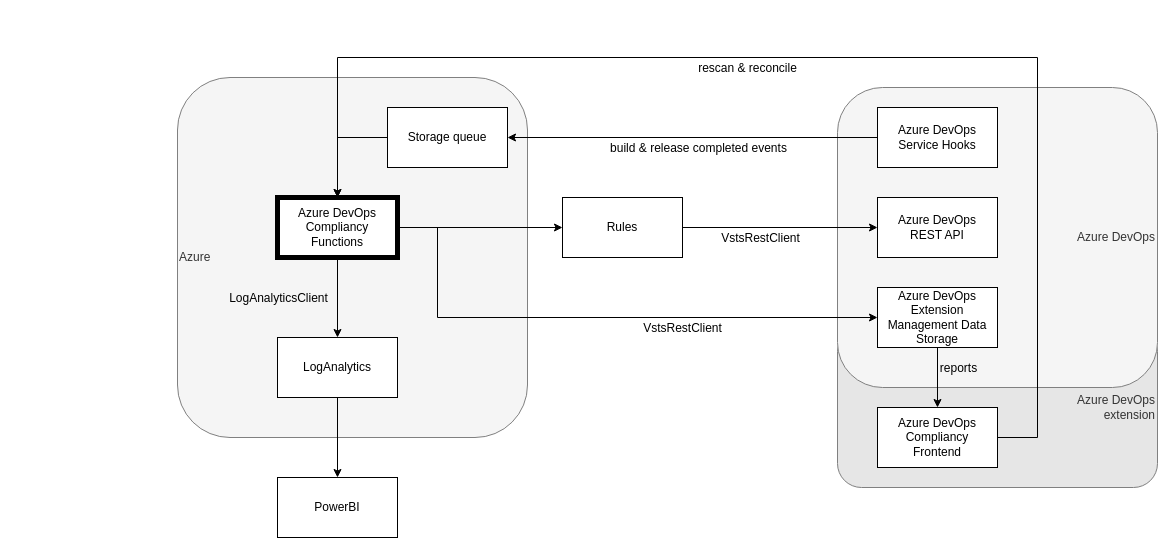
Rabobank-Archive/azure-functions keeps this draw.io diagram as page "compliancy" (1 of 3) of docs/arch.drawio. Above is the earlier version. Source tidied: cells renumbered, new cells numbered last; positions are measured from the earlier drawing's top-left corner, leaving out a move shared by most shapes. Both pictures are drawn from the tidied source at 100%, with x=0, y=0 at pixel (177, 57).
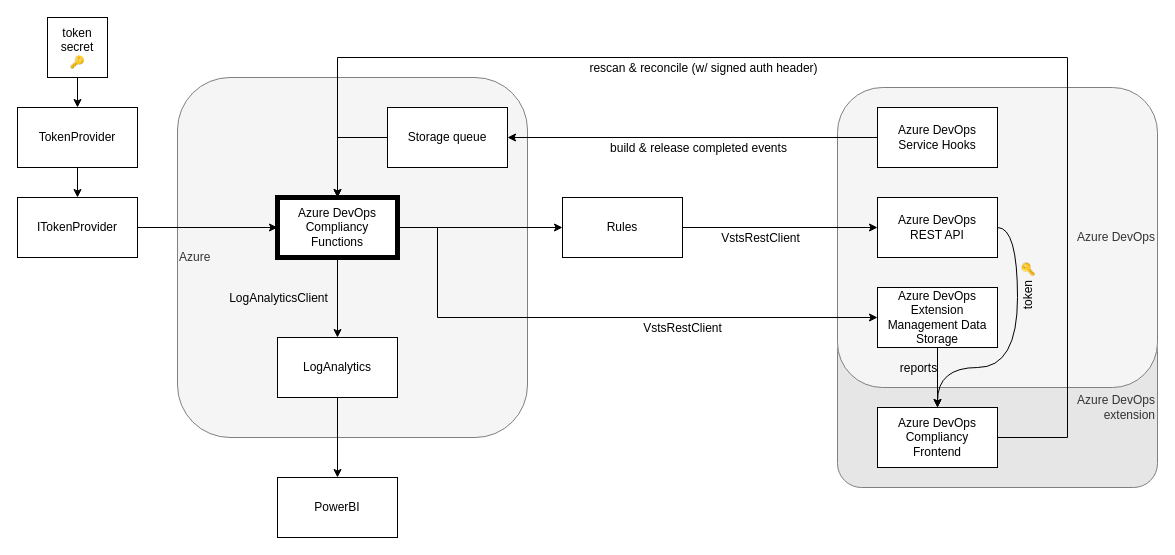
After the change.

Commit message (it also covers changes not shown here):
feat(readme): included token secret, hooks functions and completeness function

Unchanged cells that the change refers to:
```xml
<mxCell id="10" value="Azure DevOps&lt;br&gt;Compliancy Functions" style="rounded=0;whiteSpace=wrap;html=1;strokeWidth=5;" parent="1" vertex="1">
  <mxGeometry x="100" y="140" width="120" height="60" as="geometry" />
</mxCell>
<mxCell id="18" value="Azure DevOps&lt;br&gt;REST API" style="rounded=0;whiteSpace=wrap;html=1;" parent="1" vertex="1">
  <mxGeometry x="700" y="140" width="120" height="60" as="geometry" />
</mxCell>
<mxCell id="19" style="edgeStyle=orthogonalEdgeStyle;rounded=0;jettySize=auto;html=1;entryX=0.5;entryY=1;entryDx=0;entryDy=0;startArrow=classic;startFill=1;endArrow=none;endFill=0;" parent="1" edge="1" source="23" target="14">
  <mxGeometry relative="1" as="geometry" />
</mxCell>
<mxCell id="23" value="Azure DevOps&lt;br&gt;Compliancy&lt;br&gt;Frontend" style="rounded=0;whiteSpace=wrap;html=1;" parent="1" vertex="1">
  <mxGeometry x="700" y="350" width="120" height="60" as="geometry" />
</mxCell>
```

What changed in the source:
```diff
@@
+    <mxCell id="29" style="edgeStyle=orthogonalEdgeStyle;rounded=0;jettySize=auto;html=1;exitX=1;exitY=0.5;exitDx=0;exitDy=0;curved=1;" parent="1" edge="1" source="18" target="23">
+      <mxGeometry relative="1" as="geometry">
+        <Array as="points">
+          <mxPoint x="840" y="170" />
+          <mxPoint x="840" y="310" />
+          <mxPoint x="760" y="310" />
+        </Array>
+      </mxGeometry>
+    </mxCell>
+    <mxCell id="30" value="token&amp;nbsp;&lt;span&gt;🔑&lt;/span&gt;&lt;br&gt;" style="text;html=1;align=center;verticalAlign=middle;labelBackgroundColor=none;rotation=-90;" parent="29" vertex="1">
+      <mxGeometry x="-0.27" y="2" relative="1" as="geometry">
+        <mxPoint x="8" y="-22" as="offset" />
+      </mxGeometry>
+    </mxCell>
@@
     <mxCell id="20" value="reports" style="text;html=1;align=center;verticalAlign=middle;labelBackgroundColor=none;" parent="19" vertex="1">
       <mxGeometry x="-0.29" relative="1" as="geometry">
-        <mxPoint x="20" y="-19" as="offset" />
+        <mxPoint x="-20" y="-19" as="offset" />
       </mxGeometry>
     </mxCell>
     <mxCell id="21" style="edgeStyle=orthogonalEdgeStyle;rounded=0;jettySize=auto;html=1;entryX=0.5;entryY=0;entryDx=0;entryDy=0;" parent="1" edge="1" source="23" target="10">
       <mxGeometry relative="1" as="geometry">
         <Array as="points">
-          <mxPoint x="860" y="380" />
-          <mxPoint x="860" />
+          <mxPoint x="890" y="380" />
+          <mxPoint x="890" />
           <mxPoint x="160" />
         </Array>
       </mxGeometry>
     </mxCell>
-    <mxCell id="22" value="rescan &amp;amp; reconcile" style="text;html=1;align=center;verticalAlign=middle;labelBackgroundColor=#ffffff;" parent="21" vertex="1">
+    <mxCell id="22" value="rescan &amp;amp; reconcile (w/&amp;nbsp;signed auth header)" style="text;html=1;align=center;verticalAlign=middle;labelBackgroundColor=#ffffff;" parent="21" vertex="1">
       <mxGeometry x="0.13" y="-2" relative="1" as="geometry">
-        <mxPoint x="1" y="12" as="offset" />
+        <mxPoint x="-69" y="12" as="offset" />
       </mxGeometry>
     </mxCell>
@@
+    <mxCell id="31" style="edgeStyle=orthogonalEdgeStyle;rounded=0;jettySize=auto;html=1;entryX=0;entryY=0.5;entryDx=0;entryDy=0;" parent="1" edge="1" source="32" target="10">
+      <mxGeometry relative="1" as="geometry" />
+    </mxCell>
+    <mxCell id="32" value="ITokenProvider" style="rounded=0;whiteSpace=wrap;html=1;labelBackgroundColor=none;" parent="1" vertex="1">
+      <mxGeometry x="-160" y="140" width="120" height="60" as="geometry" />
+    </mxCell>
+    <mxCell id="33" style="edgeStyle=orthogonalEdgeStyle;rounded=0;jettySize=auto;html=1;entryX=0.5;entryY=0;entryDx=0;entryDy=0;" parent="1" edge="1" source="35" target="32">
+      <mxGeometry relative="1" as="geometry" />
+    </mxCell>
+    <mxCell id="34" style="text;html=1;align=center;verticalAlign=middle;labelBackgroundColor=#ffffff;" parent="33" vertex="1">
+      <mxGeometry x="-0.1" y="-1" relative="1" as="geometry" />
+    </mxCell>
+    <mxCell id="35" value="TokenProvider" style="rounded=0;whiteSpace=wrap;html=1;labelBackgroundColor=none;" parent="1" vertex="1">
+      <mxGeometry x="-160" y="50" width="120" height="60" as="geometry" />
+    </mxCell>
+    <mxCell id="36" style="edgeStyle=orthogonalEdgeStyle;rounded=0;jettySize=auto;html=1;" parent="1" edge="1" source="37" target="35">
+      <mxGeometry relative="1" as="geometry" />
+    </mxCell>
+    <mxCell id="37" value="&lt;span style=&quot;white-space: nowrap&quot;&gt;token&lt;br&gt;secret&lt;br&gt;&lt;/span&gt;&lt;span style=&quot;white-space: nowrap&quot;&gt;🔑&lt;/span&gt;" style="rounded=0;whiteSpace=wrap;html=1;labelBackgroundColor=none;" parent="1" vertex="1">
+      <mxGeometry x="-130" y="-40" width="60" height="60" as="geometry" />
+    </mxCell>
```
